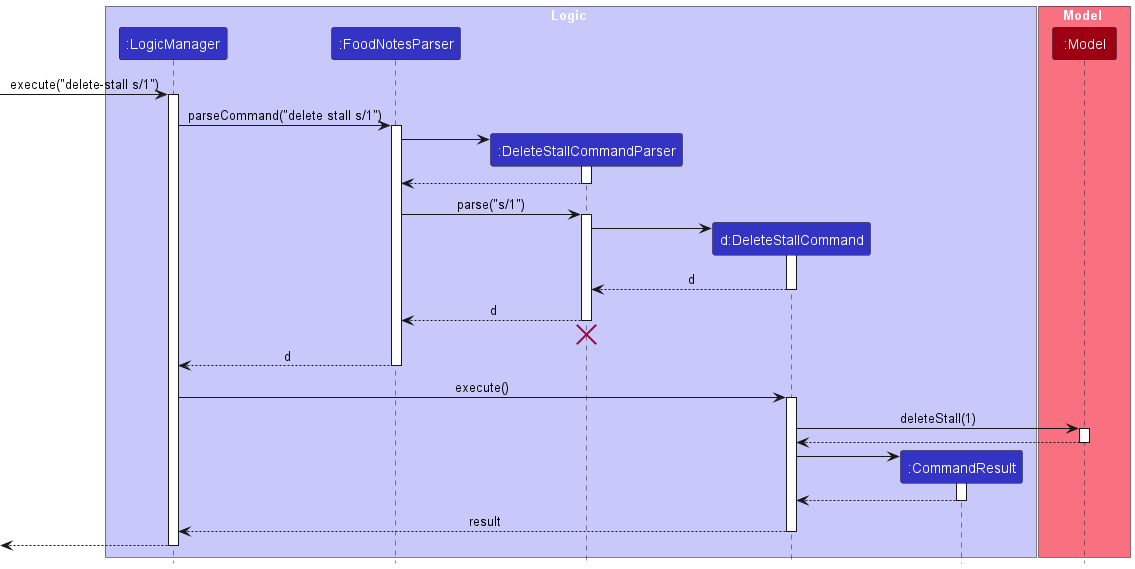
Before: docs/images/DeleteSequenceDiagram.png, a diagram exported from PlantUML (teoks0199/tp).
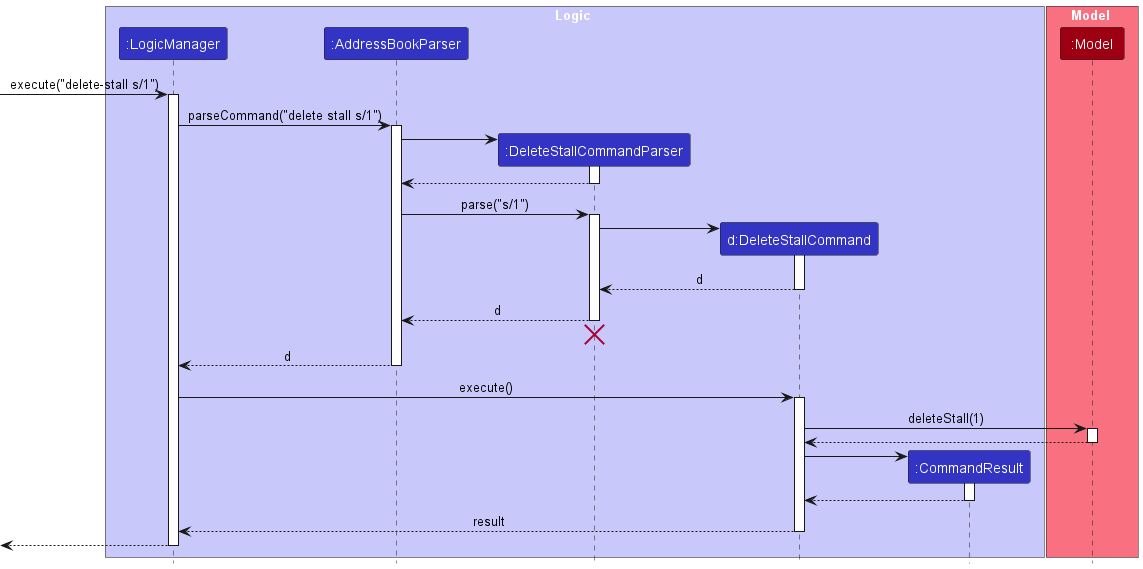
Later version of the same file.

What changed in the source:
```diff
@@ -4,7 +4,7 @@
 
 box Logic LOGIC_COLOR_T1
 participant ":LogicManager" as LogicManager LOGIC_COLOR
-participant ":FoodNotesParser" as FoodNotesParser LOGIC_COLOR
+participant ":AddressBookParser" as AddressBookParser LOGIC_COLOR
 participant ":DeleteStallCommandParser" as DeleteStallCommandParser LOGIC_COLOR
 participant "d:DeleteStallCommand" as DeleteStallCommand LOGIC_COLOR
 participant ":CommandResult" as CommandResult LOGIC_COLOR
@@ -17,17 +17,17 @@
 [-> LogicManager : execute("delete-stall s/1")
 activate LogicManager
 
-LogicManager -> FoodNotesParser : parseCommand("delete stall s/1")
-activate FoodNotesParser
+LogicManager -> AddressBookParser : parseCommand("delete stall s/1")
+activate AddressBookParser
 
 create DeleteStallCommandParser
-FoodNotesParser -> DeleteStallCommandParser
+AddressBookParser -> DeleteStallCommandParser
 activate DeleteStallCommandParser
 
-DeleteStallCommandParser --> FoodNotesParser
+DeleteStallCommandParser --> AddressBookParser
 deactivate DeleteStallCommandParser
 
-FoodNotesParser -> DeleteStallCommandParser : parse("s/1")
+AddressBookParser -> DeleteStallCommandParser : parse("s/1")
 activate DeleteStallCommandParser
 
 create DeleteStallCommand
@@ -37,13 +37,13 @@
 DeleteStallCommand --> DeleteStallCommandParser : d
 deactivate DeleteStallCommand
 
-DeleteStallCommandParser --> FoodNotesParser : d
+DeleteStallCommandParser --> AddressBookParser : d
 deactivate DeleteStallCommandParser
-DeleteStallCommandParser -[hidden]-> FoodNotesParser
+DeleteStallCommandParser -[hidden]-> AddressBookParser
 destroy DeleteStallCommandParser
 
-FoodNotesParser --> LogicManager : d
-deactivate FoodNotesParser
+AddressBookParser --> LogicManager : d
+deactivate AddressBookParser
 
 LogicManager -> DeleteStallCommand : execute()
 activate DeleteStallCommand
```
